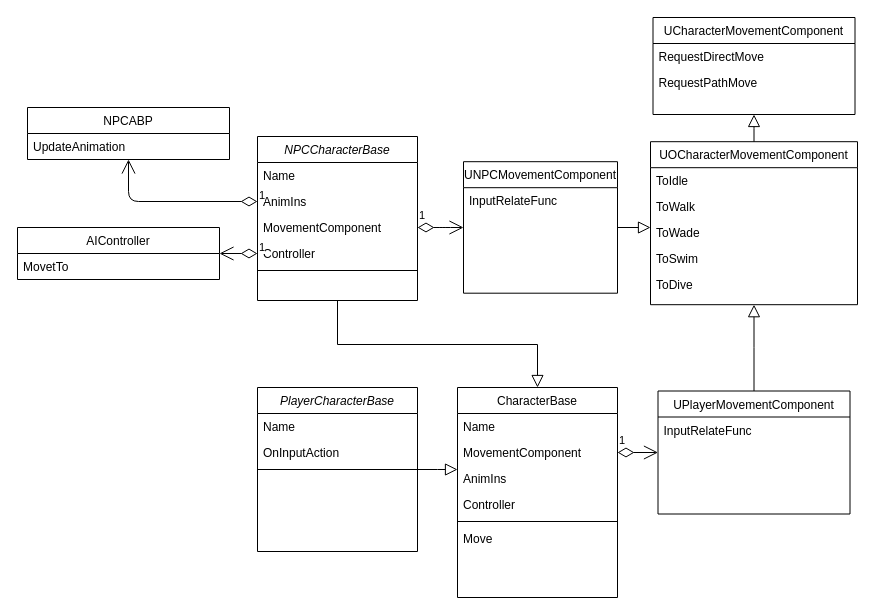
Before: Untitled Diagram.drawio in linking314/hello-world, a draw.io diagram. Source tidied: cells renumbered, new cells numbered last; positions are measured from the earlier drawing's top-left corner, leaving out a move shared by most shapes. Both pictures are drawn from the tidied source at 100%, with x=0, y=0 at pixel (17, 17).
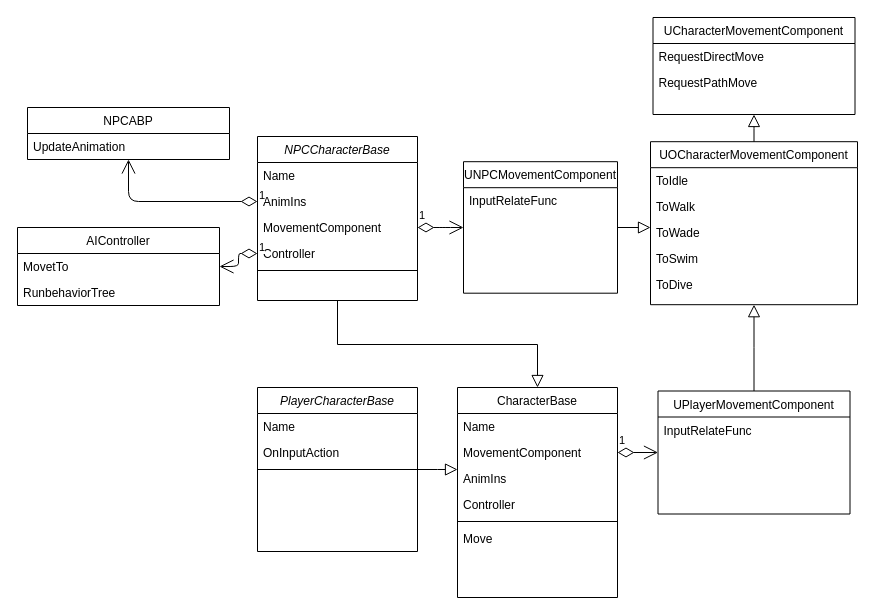
Above is the later version.

What changed in the source:
```diff
@@
     <mxCell id="27" value="AIController" style="swimlane;fontStyle=0;align=center;verticalAlign=top;horizontal=1;startSize=26;rounded=0;shadow=0;strokeWidth=1;" parent="1" vertex="1">
-      <mxGeometry y="210" width="202" height="52" as="geometry" />
+      <mxGeometry y="210" width="202" height="78" as="geometry" />
     </mxCell>
@@
+    <mxCell id="45" value="RunbehaviorTree" style="text;align=left;verticalAlign=top;spacingLeft=4;spacingRight=4;overflow=hidden;" parent="27" vertex="1">
+      <mxGeometry y="52" width="202" height="26" as="geometry" />
+    </mxCell>
```
